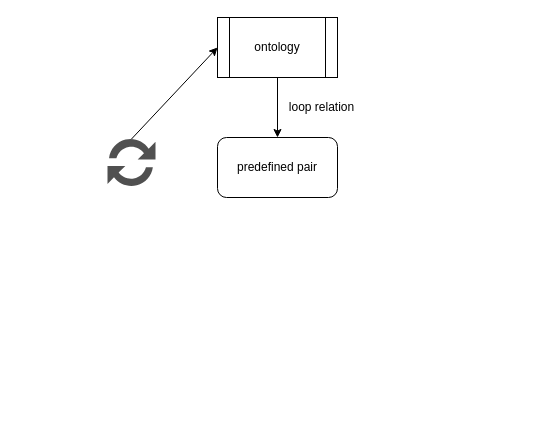
Earlier version of the draw.io diagram extractor_details.drawio (ganisback/draw.io). Source tidied: cells renumbered, new cells numbered last; positions are measured from the earlier drawing's top-left corner, leaving out a move shared by most shapes. Both pictures are drawn from the tidied source at 100%, with x=0, y=0 at pixel (107, 17).
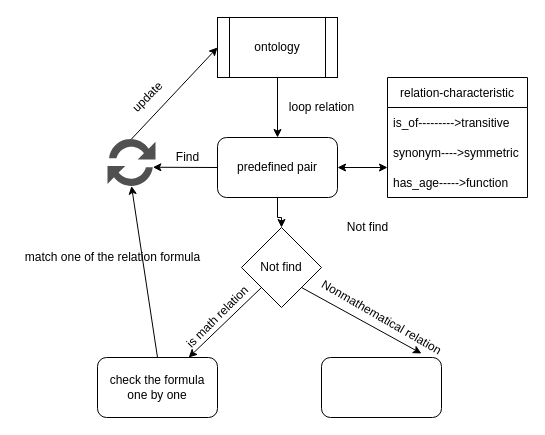
After the change.

The change refers to these unchanged cells:
```xml
<mxCell id="2" value="predefined pair" style="rounded=1;whiteSpace=wrap;html=1;" parent="1" vertex="1">
  <mxGeometry x="110" y="120" width="120" height="60" as="geometry" />
</mxCell>
<mxCell id="5" style="sketch=0;shadow=0;dashed=0;html=1;strokeColor=none;labelPosition=center;verticalLabelPosition=bottom;verticalAlign=top;align=center;fillColor=#505050;shape=mxgraph.mscae.intune.update;" parent="1" vertex="1">
  <mxGeometry y="120" width="48" height="50" as="geometry" />
</mxCell>
```

Diff of the diagram source:
```diff
@@
+    <mxCell id="8" style="edgeStyle=orthogonalEdgeStyle;rounded=0;jettySize=auto;html=1;" parent="1" edge="1" source="2" target="20">
+      <mxGeometry relative="1" as="geometry" />
+    </mxCell>
@@
+    <mxCell id="9" value="relation-characteristic" style="swimlane;fontStyle=0;horizontal=1;startSize=30;" parent="1" vertex="1">
+      <mxGeometry x="280" y="60" width="140" height="120" as="geometry" />
+    </mxCell>
+    <mxCell id="10" value="is_of---------&gt;transitive" style="text;strokeColor=none;fillColor=none;align=left;verticalAlign=middle;spacingLeft=4;spacingRight=4;overflow=hidden;" parent="9" vertex="1">
+      <mxGeometry y="30" width="140" height="30" as="geometry" />
+    </mxCell>
+    <mxCell id="11" value="synonym----&gt;symmetric" style="text;strokeColor=none;fillColor=none;align=left;verticalAlign=middle;spacingLeft=4;spacingRight=4;overflow=hidden;" parent="9" vertex="1">
+      <mxGeometry y="60" width="140" height="30" as="geometry" />
+    </mxCell>
+    <mxCell id="12" value="has_age-----&gt;function" style="text;strokeColor=none;fillColor=none;align=left;verticalAlign=middle;spacingLeft=4;spacingRight=4;overflow=hidden;" parent="9" vertex="1">
+      <mxGeometry y="90" width="140" height="30" as="geometry" />
+    </mxCell>
+    <mxCell id="13" style="endArrow=classic;startArrow=classic;html=1;rounded=0;exitX=1;exitY=0.5;exitDx=0;exitDy=0;" parent="1" edge="1" source="2">
+      <mxGeometry relative="1" as="geometry">
+        <mxPoint x="280" y="150" as="targetPoint" />
+      </mxGeometry>
+    </mxCell>
+    <mxCell id="14" value="check the formula one by one" style="rounded=1;whiteSpace=wrap;html=1;" parent="1" vertex="1">
+      <mxGeometry x="-10" y="340" width="120" height="60" as="geometry" />
+    </mxCell>
+    <mxCell id="15" style="rounded=1;whiteSpace=wrap;html=1;" parent="1" vertex="1">
+      <mxGeometry x="214" y="340" width="120" height="60" as="geometry" />
+    </mxCell>
+    <mxCell id="16" value="update" style="text;html=1;align=center;verticalAlign=middle;strokeColor=none;fillColor=none;rotation=-45;" parent="1" vertex="1">
+      <mxGeometry x="15" y="70" width="50" height="20" as="geometry" />
+    </mxCell>
+    <mxCell id="17" style="endArrow=classic;html=1;rounded=0;exitX=0;exitY=0.5;exitDx=0;exitDy=0;entryX=0.945;entryY=0.595;entryDx=0;entryDy=0;entryPerimeter=0;" parent="1" edge="1" source="2" target="5">
+      <mxGeometry relative="1" as="geometry" />
+    </mxCell>
+    <mxCell id="18" value="Find" style="text;html=1;align=center;verticalAlign=middle;strokeColor=none;fillColor=none;" parent="1" vertex="1">
+      <mxGeometry x="60" y="130" width="40" height="20" as="geometry" />
+    </mxCell>
+    <mxCell id="19" value="Not find" style="text;html=1;align=center;verticalAlign=middle;strokeColor=none;fillColor=none;" parent="1" vertex="1">
+      <mxGeometry x="230" y="200" width="60" height="20" as="geometry" />
+    </mxCell>
+    <mxCell id="20" value="Not find" style="rhombus;whiteSpace=wrap;html=1;" parent="1" vertex="1">
+      <mxGeometry x="134" y="210" width="80" height="80" as="geometry" />
+    </mxCell>
+    <mxCell id="21" style="endArrow=classic;html=1;rounded=0;exitX=0;exitY=1;exitDx=0;exitDy=0;" parent="1" edge="1" source="20" target="14">
+      <mxGeometry relative="1" as="geometry" />
+    </mxCell>
+    <mxCell id="22" value="is math relation" style="text;html=1;align=center;verticalAlign=middle;strokeColor=none;fillColor=none;rotation=-45;" parent="1" vertex="1">
+      <mxGeometry x="60" y="290" width="100" height="20" as="geometry" />
+    </mxCell>
+    <mxCell id="23" style="endArrow=classic;html=1;rounded=0;exitX=1;exitY=1;exitDx=0;exitDy=0;entryX=0.833;entryY=-0.067;entryDx=0;entryDy=0;entryPerimeter=0;" parent="1" edge="1" source="20" target="15">
+      <mxGeometry relative="1" as="geometry" />
+    </mxCell>
+    <mxCell id="24" value="Nonmathematical relation" style="text;html=1;align=center;verticalAlign=middle;strokeColor=none;fillColor=none;rotation=30;" parent="1" vertex="1">
+      <mxGeometry x="199" y="290" width="150" height="20" as="geometry" />
+    </mxCell>
+    <mxCell id="25" style="endArrow=classic;html=1;rounded=0;exitX=0.5;exitY=0;exitDx=0;exitDy=0;entryX=0.5;entryY=0.97;entryDx=0;entryDy=0;entryPerimeter=0;" parent="1" edge="1" source="14" target="5">
+      <mxGeometry relative="1" as="geometry" />
+    </mxCell>
+    <mxCell id="26" value="match one of the relation formula" style="text;html=1;align=center;verticalAlign=middle;strokeColor=none;fillColor=none;rotation=0;" parent="1" vertex="1">
+      <mxGeometry x="-90" y="230" width="190" height="20" as="geometry" />
+    </mxCell>
```
